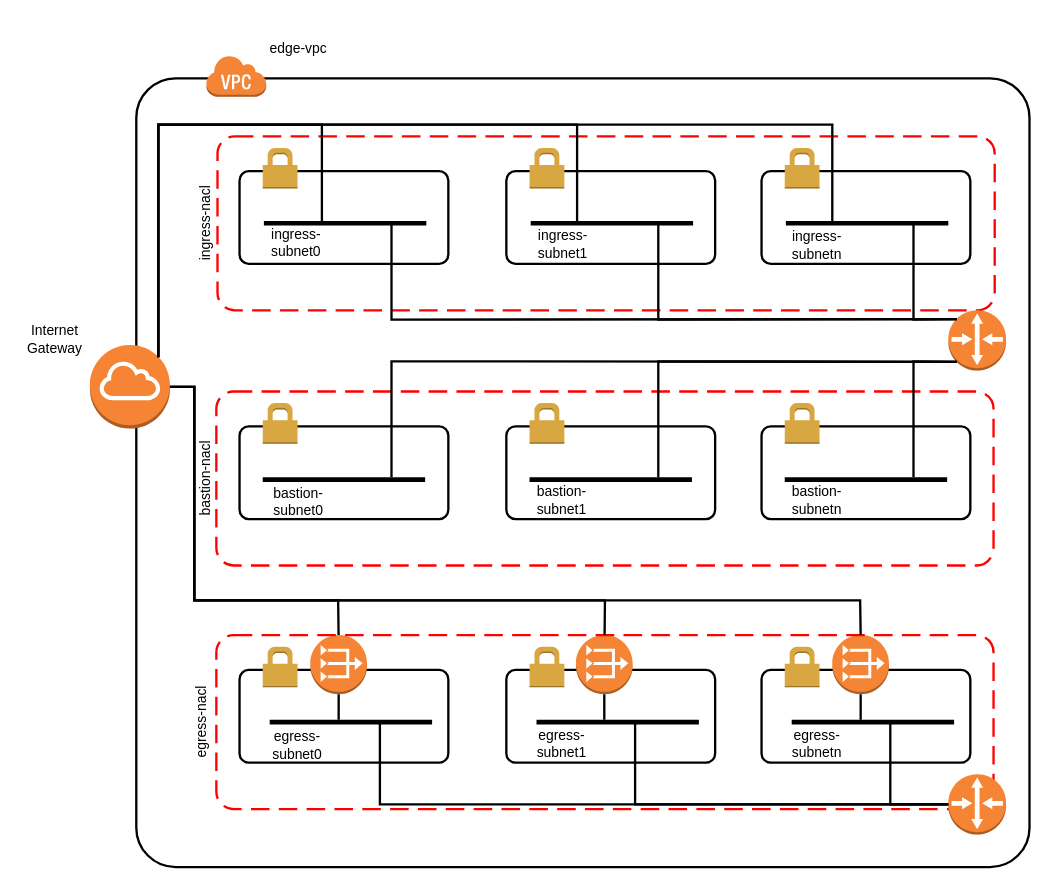
cloud-native-toolkit/ansible-aws-infra-openshift keeps this draw.io diagram as edge-vpc-detail.drawio. Above is the earlier version. Source tidied: cells renumbered, new cells numbered last; positions are measured from the earlier drawing's top-left corner, leaving out a move shared by most shapes. Both pictures are drawn from the tidied source at 116%, with x=0, y=0 at pixel (20, 31).
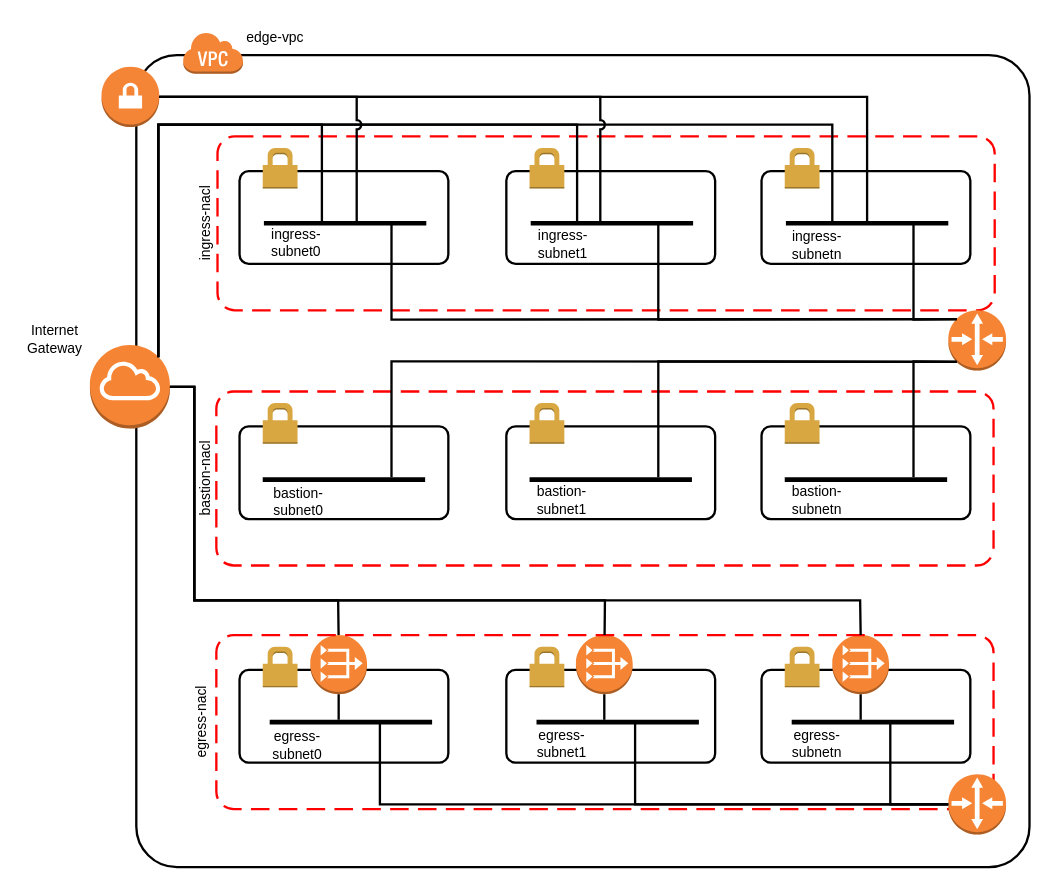
After the change.

Unchanged cells that the change refers to:
```xml
<mxCell id="24" style="line;strokeWidth=4;html=1;perimeter=backbonePerimeter;points=[];outlineConnect=0;" parent="4" vertex="1">
  <mxGeometry x="210" y="160" width="140" height="10" as="geometry" />
</mxCell>
<mxCell id="25" style="line;strokeWidth=4;html=1;perimeter=backbonePerimeter;points=[];outlineConnect=0;" parent="4" vertex="1">
  <mxGeometry x="440" y="160" width="140" height="10" as="geometry" />
</mxCell>
<mxCell id="26" style="line;strokeWidth=4;html=1;perimeter=backbonePerimeter;points=[];outlineConnect=0;" parent="4" vertex="1">
  <mxGeometry x="660" y="160" width="140" height="10" as="geometry" />
</mxCell>
```

Change to the diagram source:
```diff
@@
     <mxCell id="2" style="rounded=1;arcSize=5;dashed=0;fillColor=none;gradientColor=none;strokeWidth=2;" parent="1" vertex="1">
-      <mxGeometry x="100" y="40" width="770" height="680" as="geometry" />
+      <mxGeometry x="100" y="20" width="770" height="700" as="geometry" />
     </mxCell>
     <mxCell id="3" style="dashed=0;html=1;shape=mxgraph.aws3.virtual_private_cloud;fillColor=#F58536;gradientColor=none;dashed=0;" parent="1" vertex="1">
-      <mxGeometry x="160" y="20" width="52" height="36" as="geometry" />
+      <mxGeometry x="140" width="52" height="36" as="geometry" />
     </mxCell>
@@
     <mxCell id="23" value="edge-vpc" style="text;html=1;strokeColor=none;fillColor=none;align=center;verticalAlign=middle;whiteSpace=wrap;rounded=0;" parent="4" vertex="1">
-      <mxGeometry x="210" width="60" height="30" as="geometry" />
+      <mxGeometry x="190" y="-10" width="60" height="30" as="geometry" />
     </mxCell>
@@
+    <mxCell id="77" parent="0" />
+    <mxCell id="78" style="outlineConnect=0;dashed=0;verticalLabelPosition=bottom;verticalAlign=top;align=center;html=1;shape=mxgraph.aws3.vpn_gateway;fillColor=#F58536;gradientColor=none;" parent="77" vertex="1">
+      <mxGeometry x="70" y="30" width="49.8" height="52" as="geometry" />
+    </mxCell>
+    <mxCell id="79" style="endArrow=none;html=1;rounded=0;strokeWidth=2;jumpStyle=arc;exitX=1;exitY=0.5;exitDx=0;exitDy=0;exitPerimeter=0;" parent="77" edge="1" source="78" target="24">
+      <mxGeometry relative="1" as="geometry">
+        <Array as="points">
+          <mxPoint x="290" y="56" />
+        </Array>
+      </mxGeometry>
+    </mxCell>
+    <mxCell id="80" style="endArrow=none;html=1;rounded=0;strokeWidth=2;jumpStyle=arc;exitX=1;exitY=0.5;exitDx=0;exitDy=0;exitPerimeter=0;" parent="77" edge="1" source="78" target="25">
+      <mxGeometry relative="1" as="geometry">
+        <Array as="points">
+          <mxPoint x="500" y="56" />
+        </Array>
+      </mxGeometry>
+    </mxCell>
+    <mxCell id="81" style="endArrow=none;html=1;rounded=0;strokeWidth=2;jumpStyle=arc;exitX=1;exitY=0.5;exitDx=0;exitDy=0;exitPerimeter=0;" parent="77" edge="1" source="78" target="26">
+      <mxGeometry relative="1" as="geometry">
+        <Array as="points">
+          <mxPoint x="730" y="56" />
+        </Array>
+      </mxGeometry>
+    </mxCell>
```
